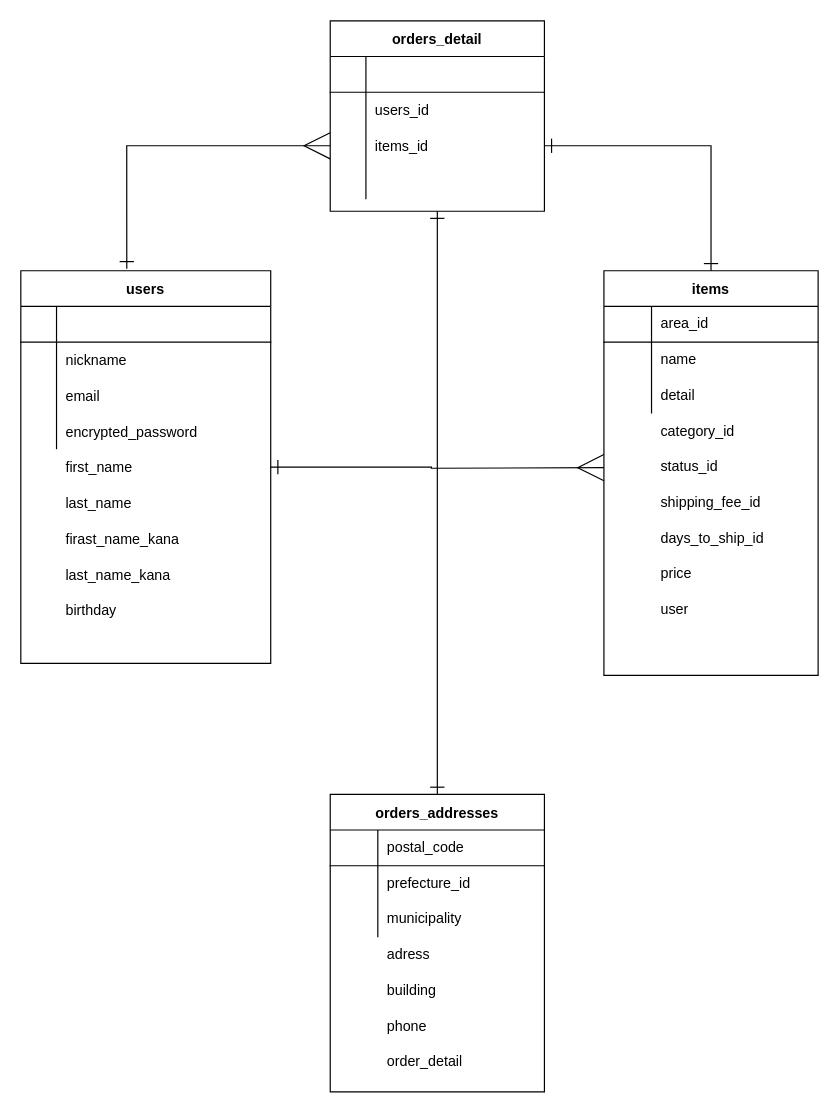
Earlier version of the draw.io diagram test.dio (Yusuke0507/furima-36427). Source tidied: cells renumbered, new cells numbered last; positions are measured from the earlier drawing's top-left corner, leaving out a move shared by most shapes. Both pictures are drawn from the tidied source at 119%, with x=0, y=0 at pixel (20, 20).
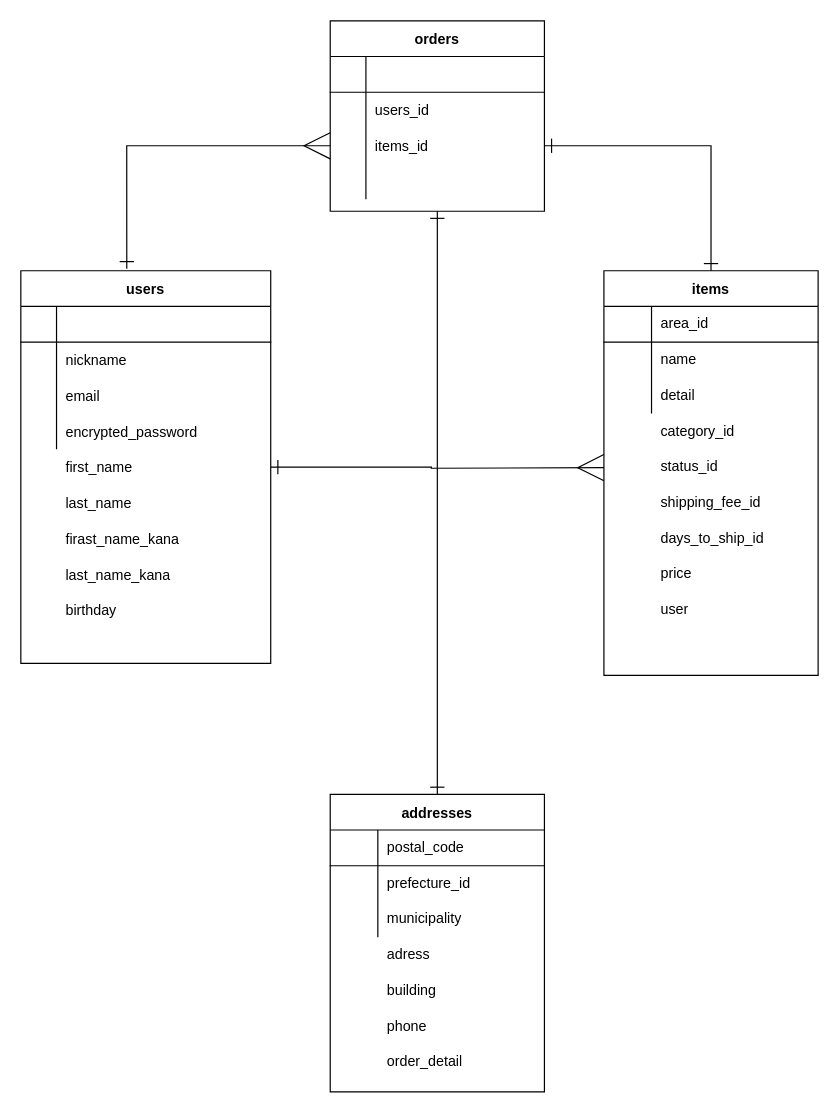
The same page after the edit.

The edit, as a diff of the source:
```diff
@@
-    <mxCell id="31" value="orders_addresses" style="shape=table;startSize=30;childLayout=tableLayout;rowLines=0;fontStyle=1;align=center;fillColor=none;" parent="1" vertex="1">
+    <mxCell id="31" value="addresses" style="shape=table;startSize=30;childLayout=tableLayout;rowLines=0;fontStyle=1;align=center;fillColor=none;" parent="1" vertex="1">
       <mxGeometry x="260" y="650" width="180" height="250" as="geometry" />
     </mxCell>
@@
-    <mxCell id="54" value="orders_detail" style="shape=table;startSize=30;childLayout=tableLayout;rowLines=0;fontStyle=1;align=center;" parent="1" vertex="1">
+    <mxCell id="54" value="orders" style="shape=table;startSize=30;childLayout=tableLayout;rowLines=0;fontStyle=1;align=center;" parent="1" vertex="1">
       <mxGeometry x="260" width="180" height="160" as="geometry" />
     </mxCell>
```
